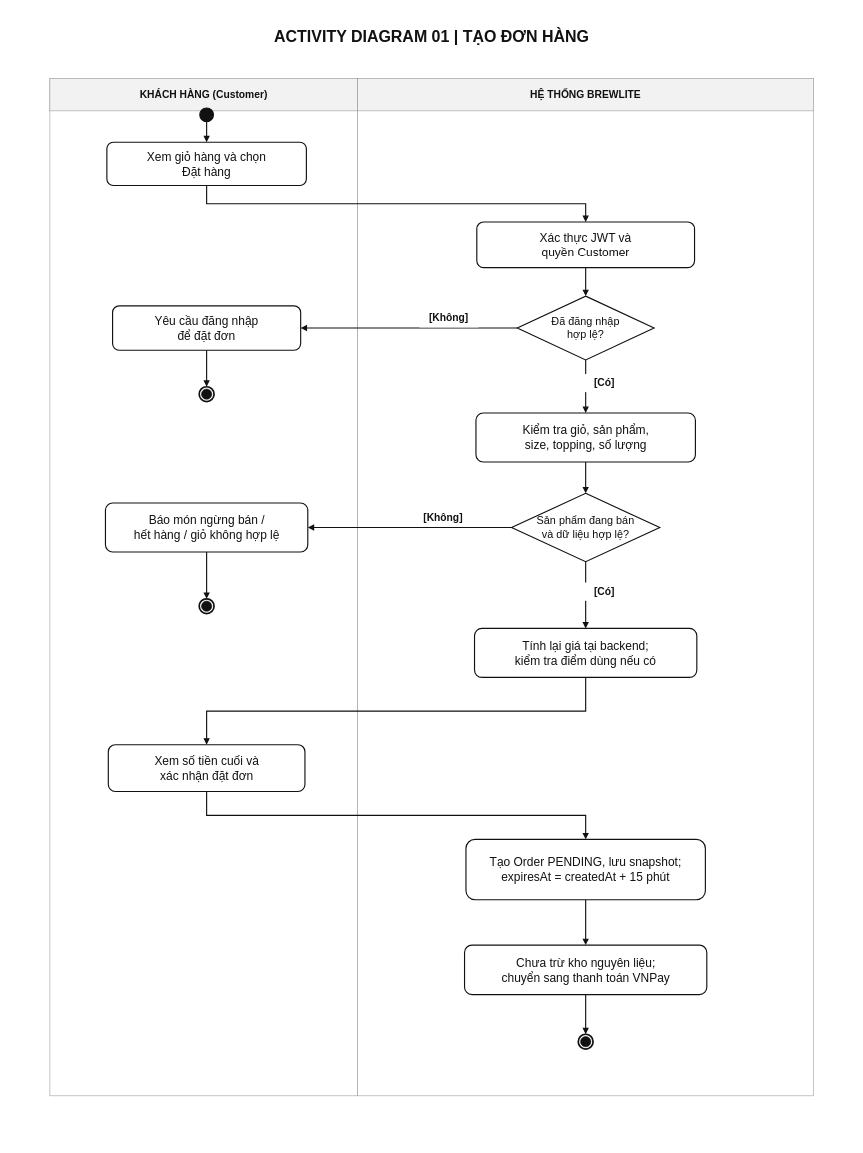
This is docs/diagrams/sources/activity-order-creation.drawio from mhien06/SWE_A2, a draw.io file, before an edit. Source tidied: cells renumbered, new cells numbered last; positions are measured from the earlier drawing's top-left corner, leaving out a move shared by most shapes. Both pictures are drawn from the tidied source at 57%, with x=0, y=0 at pixel (10, 10).
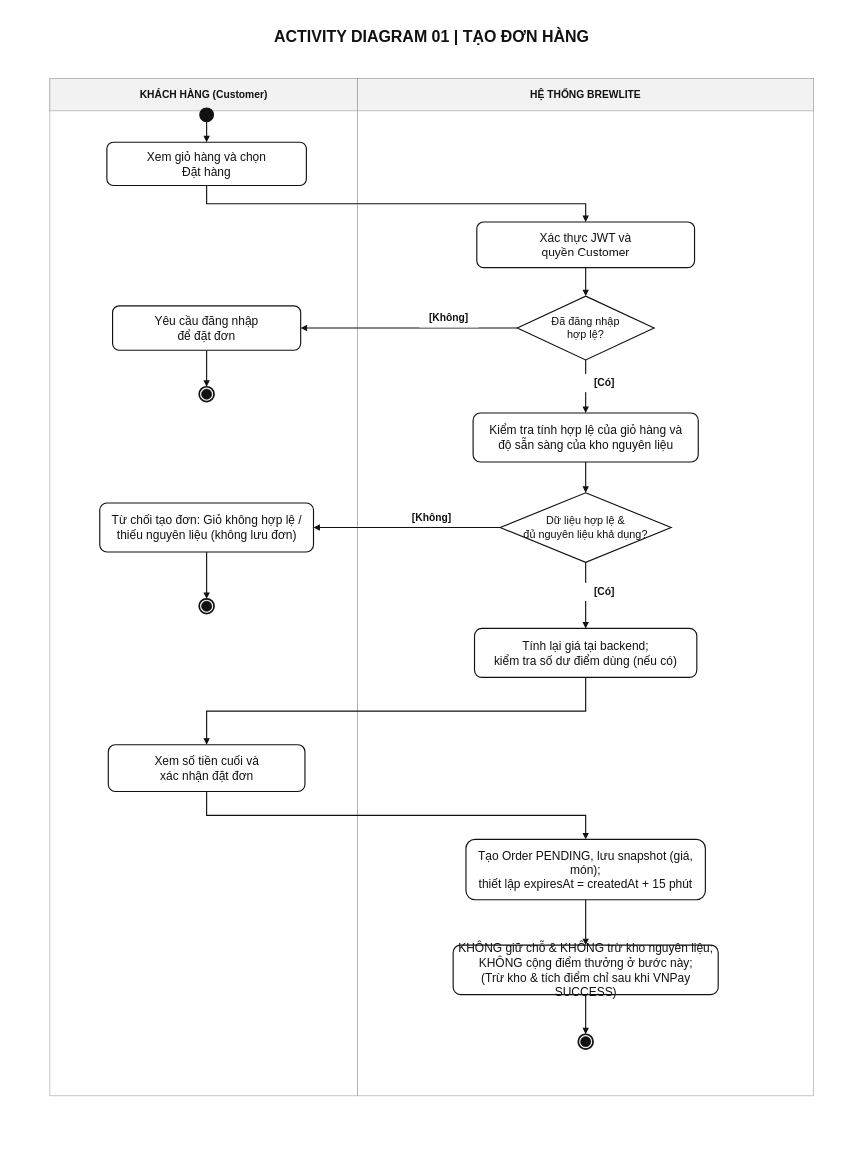
After the change.

Commit message (it also covers changes not shown here):
docs(task2.1): address PR review comments on activity diagrams

Diff of the diagram source:
```diff
@@
-    <mxCell id="29" value="Kiểm tra giỏ, sản phẩm,&lt;br&gt;size, topping, số lượng" style="rounded=1;arcSize=15;whiteSpace=wrap;html=1;fillColor=#FFFFFF;strokeColor=#111111;strokeWidth=2;fontSize=21;fontFamily=Arial;fontColor=#111111;align=center;verticalAlign=middle;" parent="1" vertex="1">
-      <mxGeometry x="817.5" y="707" width="385" height="86" as="geometry" />
+    <mxCell id="29" value="Kiểm tra tính hợp lệ của giỏ hàng và&lt;br&gt;độ sẵn sàng của kho nguyên liệu" style="rounded=1;arcSize=15;whiteSpace=wrap;html=1;fillColor=#FFFFFF;strokeColor=#111111;strokeWidth=2;fontSize=21;fontFamily=Arial;fontColor=#111111;align=center;verticalAlign=middle;" parent="1" vertex="1">
+      <mxGeometry x="812.5" y="707" width="395" height="86" as="geometry" />
     </mxCell>
-    <mxCell id="30" value="Sản phẩm đang bán&lt;br&gt;và dữ liệu hợp lệ?" style="rhombus;whiteSpace=wrap;html=1;fillColor=#FFFFFF;strokeColor=#111111;strokeWidth=2;fontSize=19;fontFamily=Arial;fontColor=#111111;align=center;verticalAlign=middle;" parent="1" vertex="1">
-      <mxGeometry x="880" y="848" width="260" height="120" as="geometry" />
+    <mxCell id="30" value="Dữ liệu hợp lệ &amp;amp;&lt;br&gt;đủ nguyên liệu khả dụng?" style="rhombus;whiteSpace=wrap;html=1;fillColor=#FFFFFF;strokeColor=#111111;strokeWidth=2;fontSize=19;fontFamily=Arial;fontColor=#111111;align=center;verticalAlign=middle;" parent="1" vertex="1">
+      <mxGeometry x="860" y="847" width="300" height="122" as="geometry" />
     </mxCell>
-    <mxCell id="31" value="Báo món ngừng bán /&lt;br&gt;hết hàng / giỏ không hợp lệ" style="rounded=1;arcSize=15;whiteSpace=wrap;html=1;fillColor=#FFFFFF;strokeColor=#111111;strokeWidth=2;fontSize=21;fontFamily=Arial;fontColor=#111111;align=center;verticalAlign=middle;" parent="1" vertex="1">
-      <mxGeometry x="167.5" y="865" width="355" height="86" as="geometry" />
+    <mxCell id="31" value="Từ chối tạo đơn: Giỏ không hợp lệ /&lt;br&gt;thiếu nguyên liệu (không lưu đơn)" style="rounded=1;arcSize=15;whiteSpace=wrap;html=1;fillColor=#FFFFFF;strokeColor=#111111;strokeWidth=2;fontSize=21;fontFamily=Arial;fontColor=#111111;align=center;verticalAlign=middle;" parent="1" vertex="1">
+      <mxGeometry x="157.5" y="865" width="375" height="86" as="geometry" />
     </mxCell>
@@
-    <mxCell id="34" value="Tính lại giá tại backend;&lt;br&gt;kiểm tra điểm dùng nếu có" style="rounded=1;arcSize=15;whiteSpace=wrap;html=1;fillColor=#FFFFFF;strokeColor=#111111;strokeWidth=2;fontSize=21;fontFamily=Arial;fontColor=#111111;align=center;verticalAlign=middle;" parent="1" vertex="1">
+    <mxCell id="34" value="Tính lại giá tại backend;&lt;br&gt;kiểm tra số dư điểm dùng (nếu có)" style="rounded=1;arcSize=15;whiteSpace=wrap;html=1;fillColor=#FFFFFF;strokeColor=#111111;strokeWidth=2;fontSize=21;fontFamily=Arial;fontColor=#111111;align=center;verticalAlign=middle;" parent="1" vertex="1">
       <mxGeometry x="815" y="1085" width="390" height="86" as="geometry" />
     </mxCell>
@@
-    <mxCell id="36" value="Tạo Order PENDING, lưu snapshot;&lt;br&gt;expiresAt = createdAt + 15 phút" style="rounded=1;arcSize=15;whiteSpace=wrap;html=1;fillColor=#FFFFFF;strokeColor=#111111;strokeWidth=2;fontSize=21;fontFamily=Arial;fontColor=#111111;align=center;verticalAlign=middle;" parent="1" vertex="1">
+    <mxCell id="36" value="Tạo Order PENDING, lưu snapshot (giá, món);&lt;br&gt;thiết lập expiresAt = createdAt + 15 phút" style="rounded=1;arcSize=15;whiteSpace=wrap;html=1;fillColor=#FFFFFF;strokeColor=#111111;strokeWidth=2;fontSize=21;fontFamily=Arial;fontColor=#111111;align=center;verticalAlign=middle;" parent="1" vertex="1">
       <mxGeometry x="800" y="1455" width="420" height="106" as="geometry" />
     </mxCell>
-    <mxCell id="37" value="Chưa trừ kho nguyên liệu;&lt;br&gt;chuyển sang thanh toán VNPay" style="rounded=1;arcSize=15;whiteSpace=wrap;html=1;fillColor=#FFFFFF;strokeColor=#111111;strokeWidth=2;fontSize=21;fontFamily=Arial;fontColor=#111111;align=center;verticalAlign=middle;" parent="1" vertex="1">
-      <mxGeometry x="797.5" y="1640.5" width="425" height="87" as="geometry" />
+    <mxCell id="37" value="KHÔNG giữ chỗ &amp;amp; KHÔNG trừ kho nguyên liệu;&lt;br&gt;KHÔNG cộng điểm thưởng ở bước này;&lt;br&gt;(Trừ kho &amp;amp; tích điểm chỉ sau khi VNPay SUCCESS)" style="rounded=1;arcSize=15;whiteSpace=wrap;html=1;fillColor=#FFFFFF;strokeColor=#111111;strokeWidth=2;fontSize=21;fontFamily=Arial;fontColor=#111111;align=center;verticalAlign=middle;" parent="1" vertex="1">
+      <mxGeometry x="777.5" y="1640.5" width="465" height="87" as="geometry" />
     </mxCell>
@@
     <mxCell id="42" value="[Không]" style="text;html=1;align=center;verticalAlign=middle;whiteSpace=wrap;strokeColor=none;fillColor=#FFFFFF;fontColor=#111111;fontSize=18;fontStyle=1;" parent="1" vertex="1">
-      <mxGeometry x="708" y="875" width="104" height="32" as="geometry" />
+      <mxGeometry x="688" y="875" width="104" height="32" as="geometry" />
     </mxCell>
     <mxCell id="43" value="[Có]" style="text;html=1;align=center;verticalAlign=middle;whiteSpace=wrap;strokeColor=none;fillColor=#FFFFFF;fontColor=#111111;fontSize=18;fontStyle=1;" parent="1" vertex="1">
-      <mxGeometry x="1003" y="1004.5" width="80" height="32" as="geometry" />
+      <mxGeometry x="1003" y="1005" width="80" height="32" as="geometry" />
     </mxCell>
```
